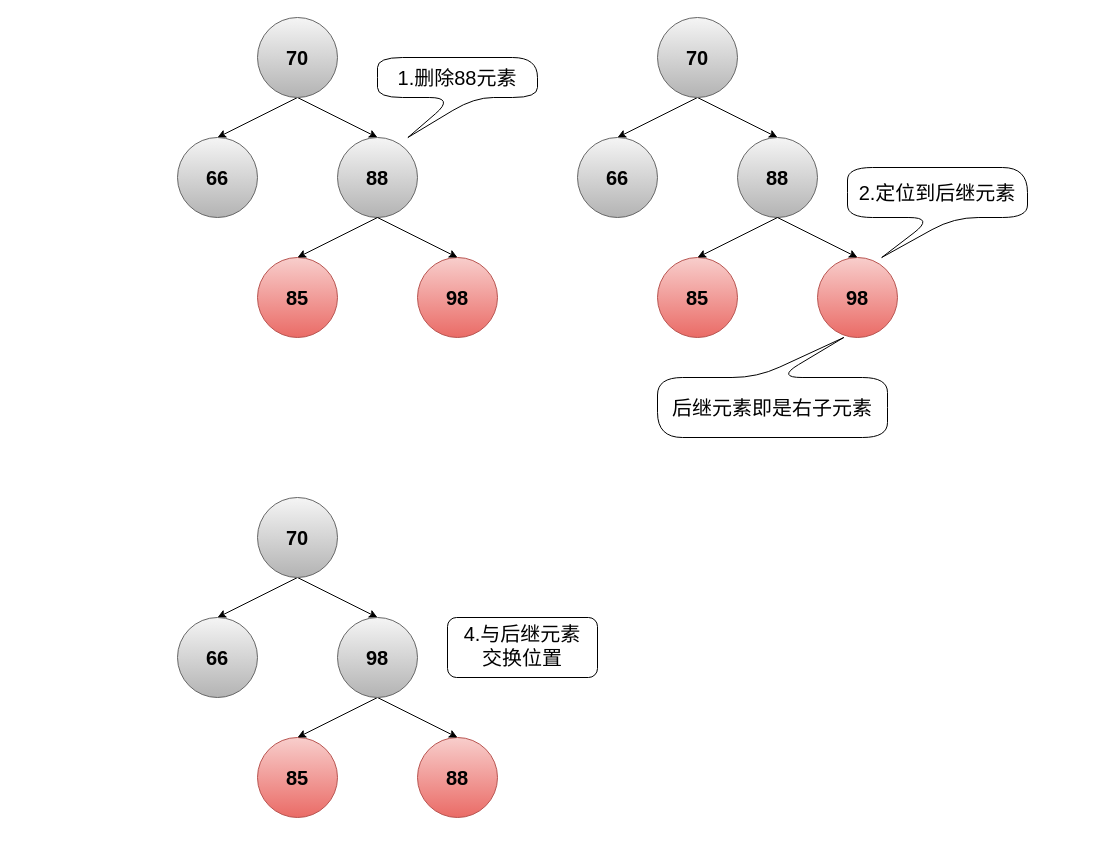
Above: typora/JavaSE/6 集合/drawio/HashMap/维护平衡-删除.drawio in LDChing0321/JavaLearn (draw.io), before the change. Source tidied: cells renumbered, new cells numbered last; positions are measured from the earlier drawing's top-left corner, leaving out a move shared by most shapes. Both pictures are drawn from the tidied source at 100%, with x=0, y=0 at pixel (177, 17).
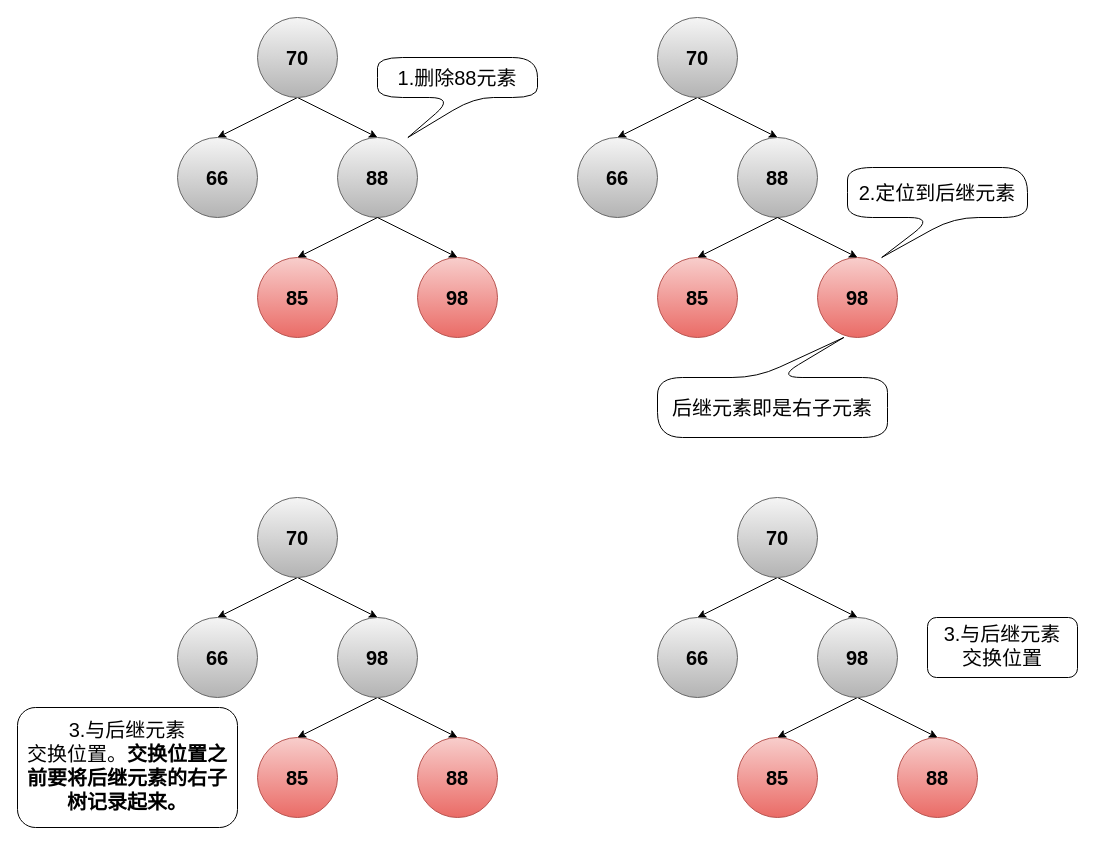
The same page after the edit.

Commit message:
更新维护平衡-删除.drawio

The edit, as a diff of the source:
```diff
@@
-    <mxCell id="32" value="4.与后继元素&lt;br&gt;交换位置" style="rounded=1;whiteSpace=wrap;html=1;fontSize=20;fillStyle=auto;spacing=2;spacingTop=0;spacingBottom=4;" parent="1" vertex="1">
-      <mxGeometry x="270" y="600" width="150" height="60" as="geometry" />
+    <mxCell id="32" value="3.与后继元素&lt;br&gt;交换位置。&lt;b&gt;交换位置之前要将后继元素的右子树记录起来。&lt;/b&gt;" style="rounded=1;whiteSpace=wrap;html=1;fontSize=20;fillStyle=auto;spacing=2;spacingTop=0;spacingBottom=4;" parent="1" vertex="1">
+      <mxGeometry x="-160" y="690" width="220" height="120" as="geometry" />
     </mxCell>
+    <mxCell id="33" style="rounded=0;jettySize=auto;html=1;exitX=0.5;exitY=1;exitDx=0;exitDy=0;entryX=0.5;entryY=0;entryDx=0;entryDy=0;fontSize=20;" parent="1" edge="1" source="35" target="36">
+      <mxGeometry relative="1" as="geometry" />
+    </mxCell>
+    <mxCell id="34" style="rounded=0;jettySize=auto;html=1;exitX=0.5;exitY=1;exitDx=0;exitDy=0;entryX=0.5;entryY=0;entryDx=0;entryDy=0;fontSize=20;" parent="1" edge="1" source="35" target="41">
+      <mxGeometry relative="1" as="geometry" />
+    </mxCell>
+    <mxCell id="35" value="&lt;b style=&quot;font-size: 20px;&quot;&gt;70&lt;/b&gt;" style="ellipse;whiteSpace=wrap;html=1;fontSize=20;fillColor=#f5f5f5;gradientColor=#b3b3b3;strokeColor=#666666;" parent="1" vertex="1">
+      <mxGeometry x="560" y="480" width="80" height="80" as="geometry" />
+    </mxCell>
+    <mxCell id="36" value="&lt;b style=&quot;font-size: 20px;&quot;&gt;66&lt;/b&gt;" style="ellipse;whiteSpace=wrap;html=1;fontSize=20;fillColor=#f5f5f5;strokeColor=#666666;gradientColor=#b3b3b3;" parent="1" vertex="1">
+      <mxGeometry x="480" y="600" width="80" height="80" as="geometry" />
+    </mxCell>
+    <mxCell id="37" value="&lt;b style=&quot;font-size: 20px;&quot;&gt;88&lt;/b&gt;" style="ellipse;whiteSpace=wrap;html=1;fontSize=20;fillColor=#f8cecc;gradientColor=#ea6b66;strokeColor=#b85450;" parent="1" vertex="1">
+      <mxGeometry x="720" y="720" width="80" height="80" as="geometry" />
+    </mxCell>
+    <mxCell id="38" value="&lt;b style=&quot;font-size: 20px;&quot;&gt;85&lt;/b&gt;" style="ellipse;whiteSpace=wrap;html=1;fontSize=20;fillColor=#f8cecc;gradientColor=#ea6b66;strokeColor=#b85450;" parent="1" vertex="1">
+      <mxGeometry x="560" y="720" width="80" height="80" as="geometry" />
+    </mxCell>
+    <mxCell id="39" style="edgeStyle=none;rounded=0;jettySize=auto;html=1;exitX=0.5;exitY=1;exitDx=0;exitDy=0;entryX=0.5;entryY=0;entryDx=0;entryDy=0;fontSize=20;" parent="1" edge="1" source="41" target="38">
+      <mxGeometry relative="1" as="geometry" />
+    </mxCell>
+    <mxCell id="40" style="edgeStyle=none;rounded=0;jettySize=auto;html=1;exitX=0.5;exitY=1;exitDx=0;exitDy=0;entryX=0.5;entryY=0;entryDx=0;entryDy=0;fontSize=20;" parent="1" edge="1" source="41" target="37">
+      <mxGeometry relative="1" as="geometry" />
+    </mxCell>
+    <mxCell id="41" value="&lt;b style=&quot;font-size: 20px;&quot;&gt;98&lt;/b&gt;" style="ellipse;whiteSpace=wrap;html=1;fontSize=20;fillColor=#f5f5f5;gradientColor=#b3b3b3;strokeColor=#666666;" parent="1" vertex="1">
+      <mxGeometry x="640" y="600" width="80" height="80" as="geometry" />
+    </mxCell>
+    <mxCell id="42" value="3.与后继元素&lt;br&gt;交换位置" style="rounded=1;whiteSpace=wrap;html=1;fontSize=20;fillStyle=auto;spacing=2;spacingTop=0;spacingBottom=4;" parent="1" vertex="1">
+      <mxGeometry x="750" y="600" width="150" height="60" as="geometry" />
+    </mxCell>
```
